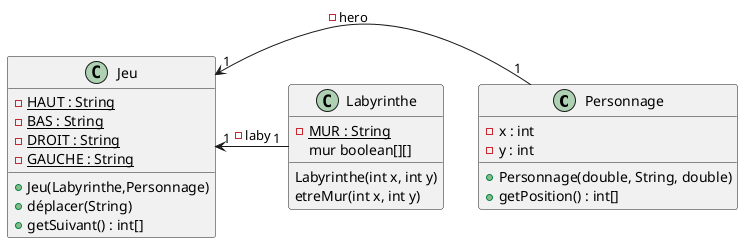
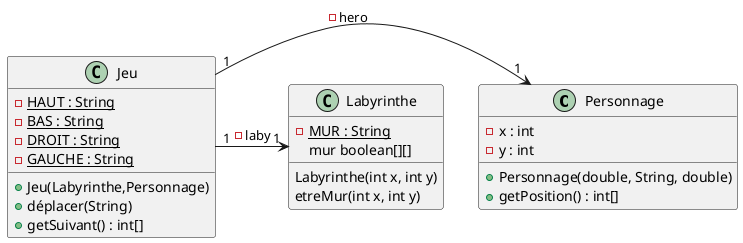
@startuml
'https://plantuml.com/sequence-diagram

class Personnage{

    - x : int
    - y : int

    + Personnage(double, String, double)
    + getPosition() : int[]
}

class Jeu{
    {static} - HAUT : String
    {static} - BAS : String
    {static} - DROIT : String
    {static} - GAUCHE : String


    + Jeu(Labyrinthe,Personnage)
    + déplacer(String)
    + getSuivant() : int[]

}

class Labyrinthe {
    {static} -MUR : String
    mur boolean[][]

    Labyrinthe(int x, int y)
    etreMur(int x, int y)

}

- Jeu"1" <- "1" Personnage : - hero
- Jeu"1" <- "1" Labyrinthe : - laby
+ Jeu"1" -> "1" Personnage : - hero
+ Jeu"1" -> "1" Labyrinthe : - laby


@enduml